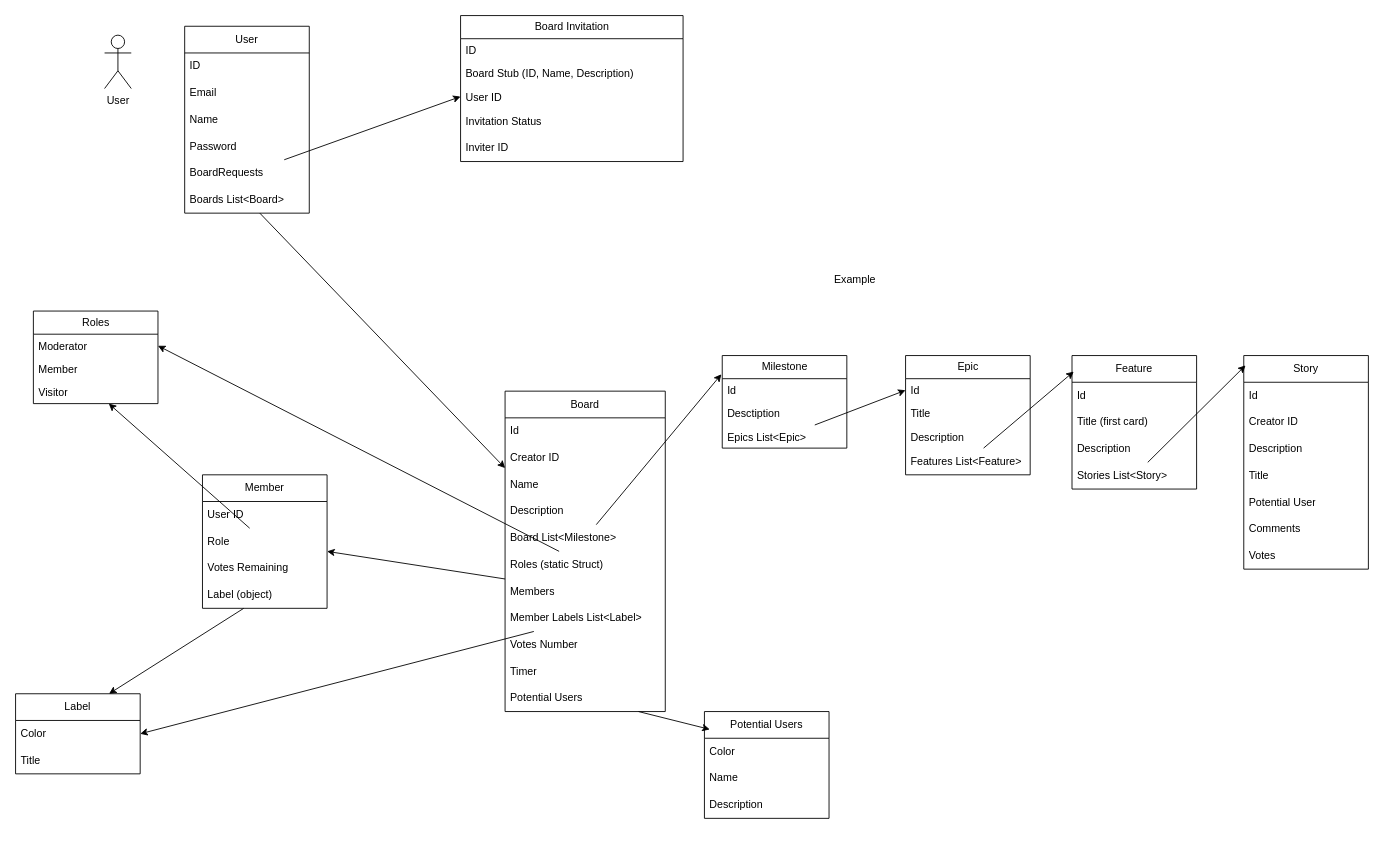
This is Data.drawio from KarolDuszak/UserStoryMapper, a draw.io file, before an edit. Source tidied: cells renumbered, new cells numbered last; positions are measured from the earlier drawing's top-left corner, leaving out a move shared by most shapes. Both pictures are drawn from the tidied source at 89%, with x=0, y=0 at pixel (15, 15).
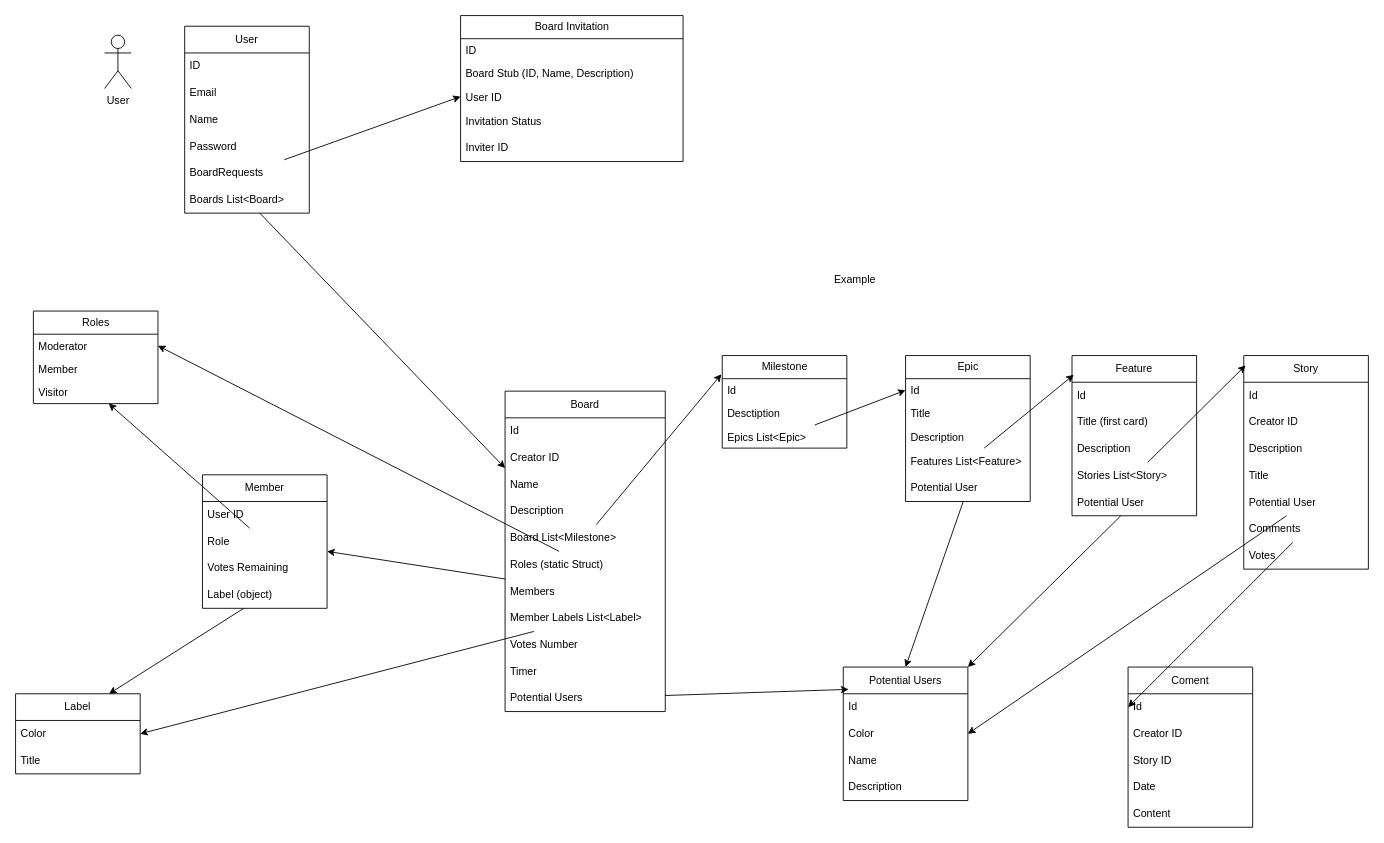
The same diagram, later.

The change refers to these unchanged cells:
```xml
<mxCell id="30" value="Potential User" style="text;strokeColor=none;fillColor=none;align=left;verticalAlign=middle;spacingLeft=4;spacingRight=4;overflow=hidden;points=[[0,0.5],[1,0.5]];portConstraint=eastwest;whiteSpace=wrap;html=1;" parent="25" vertex="1">
  <mxGeometry y="150" width="140" height="30" as="geometry" />
</mxCell>
<mxCell id="31" value="Comments" style="text;strokeColor=none;fillColor=none;align=left;verticalAlign=middle;spacingLeft=4;spacingRight=4;overflow=hidden;points=[[0,0.5],[1,0.5]];portConstraint=eastwest;whiteSpace=wrap;html=1;" parent="25" vertex="1">
  <mxGeometry y="180" width="140" height="30" as="geometry" />
</mxCell>
```

Change to the diagram source:
```diff
@@
     <mxCell id="20" value="Epic" style="swimlane;fontStyle=0;horizontal=1;startSize=26;fillColor=none;html=1;" parent="1" vertex="1">
-      <mxGeometry x="1000" y="382" width="140" height="134" as="geometry" />
+      <mxGeometry x="1000" y="382" width="140" height="164" as="geometry" />
     </mxCell>
@@
+    <mxCell id="79" value="Potential User" style="text;strokeColor=none;fillColor=none;align=left;verticalAlign=middle;spacingLeft=4;spacingRight=4;overflow=hidden;points=[[0,0.5],[1,0.5]];portConstraint=eastwest;whiteSpace=wrap;html=1;" parent="20" vertex="1">
+      <mxGeometry y="134" width="140" height="30" as="geometry" />
+    </mxCell>
@@
     <mxCell id="33" value="Feature" style="swimlane;fontStyle=0;horizontal=1;startSize=30;whiteSpace=wrap;html=1;" parent="1" vertex="1">
-      <mxGeometry x="1187" y="382" width="140" height="150" as="geometry" />
+      <mxGeometry x="1187" y="382" width="140" height="180" as="geometry" />
     </mxCell>
@@
+    <mxCell id="80" value="Potential User" style="text;strokeColor=none;fillColor=none;align=left;verticalAlign=middle;spacingLeft=4;spacingRight=4;overflow=hidden;points=[[0,0.5],[1,0.5]];portConstraint=eastwest;whiteSpace=wrap;html=1;" parent="33" vertex="1">
+      <mxGeometry y="150" width="140" height="30" as="geometry" />
+    </mxCell>
@@
     <mxCell id="50" value="Potential Users" style="swimlane;fontStyle=0;horizontal=1;startSize=30;whiteSpace=wrap;html=1;" parent="1" vertex="1">
-      <mxGeometry x="774" y="782" width="140" height="120" as="geometry" />
+      <mxGeometry x="930" y="732" width="140" height="150" as="geometry" />
     </mxCell>
+    <mxCell id="81" value="Id" style="text;strokeColor=none;fillColor=none;align=left;verticalAlign=middle;spacingLeft=4;spacingRight=4;overflow=hidden;whiteSpace=wrap;html=1;" parent="50" vertex="1">
+      <mxGeometry y="30" width="140" height="30" as="geometry" />
+    </mxCell>
     <mxCell id="51" value="Color" style="text;strokeColor=none;fillColor=none;align=left;verticalAlign=middle;spacingLeft=4;spacingRight=4;overflow=hidden;points=[[0,0.5],[1,0.5]];portConstraint=eastwest;whiteSpace=wrap;html=1;" parent="50" vertex="1">
-      <mxGeometry y="30" width="140" height="30" as="geometry" />
+      <mxGeometry y="60" width="140" height="30" as="geometry" />
     </mxCell>
     <mxCell id="52" value="Name" style="text;strokeColor=none;fillColor=none;align=left;verticalAlign=middle;spacingLeft=4;spacingRight=4;overflow=hidden;whiteSpace=wrap;html=1;" parent="50" vertex="1">
-      <mxGeometry y="60" width="140" height="30" as="geometry" />
+      <mxGeometry y="90" width="140" height="30" as="geometry" />
     </mxCell>
     <mxCell id="53" value="Description" style="text;strokeColor=none;fillColor=none;align=left;verticalAlign=middle;spacingLeft=4;spacingRight=4;overflow=hidden;whiteSpace=wrap;html=1;" parent="50" vertex="1">
-      <mxGeometry y="90" width="140" height="30" as="geometry" />
+      <mxGeometry y="120" width="140" height="30" as="geometry" />
     </mxCell>
@@
+    <mxCell id="82" style="edgeStyle=none;html=1;entryX=1;entryY=0.5;entryDx=0;entryDy=0;" parent="1" edge="1" source="30" target="51">
+      <mxGeometry relative="1" as="geometry" />
+    </mxCell>
+    <mxCell id="83" style="edgeStyle=none;html=1;entryX=1;entryY=0;entryDx=0;entryDy=0;" parent="1" edge="1" source="80" target="50">
+      <mxGeometry relative="1" as="geometry" />
+    </mxCell>
+    <mxCell id="84" style="edgeStyle=none;html=1;entryX=0.5;entryY=0;entryDx=0;entryDy=0;" parent="1" edge="1" source="79" target="50">
+      <mxGeometry relative="1" as="geometry" />
+    </mxCell>
+    <mxCell id="85" value="Coment" style="swimlane;fontStyle=0;horizontal=1;startSize=30;whiteSpace=wrap;html=1;" parent="1" vertex="1">
+      <mxGeometry x="1250" y="732" width="140" height="180" as="geometry" />
+    </mxCell>
+    <mxCell id="86" value="Id" style="text;strokeColor=none;fillColor=none;align=left;verticalAlign=middle;spacingLeft=4;spacingRight=4;overflow=hidden;points=[[0,0.5],[1,0.5]];portConstraint=eastwest;whiteSpace=wrap;html=1;" parent="85" vertex="1">
+      <mxGeometry y="30" width="140" height="30" as="geometry" />
+    </mxCell>
+    <mxCell id="87" value="Creator ID" style="text;strokeColor=none;fillColor=none;align=left;verticalAlign=middle;spacingLeft=4;spacingRight=4;overflow=hidden;whiteSpace=wrap;html=1;" parent="85" vertex="1">
+      <mxGeometry y="60" width="140" height="30" as="geometry" />
+    </mxCell>
+    <mxCell id="88" value="Story ID" style="text;strokeColor=none;fillColor=none;align=left;verticalAlign=middle;spacingLeft=4;spacingRight=4;overflow=hidden;whiteSpace=wrap;html=1;" parent="85" vertex="1">
+      <mxGeometry y="90" width="140" height="30" as="geometry" />
+    </mxCell>
+    <mxCell id="89" value="Date" style="text;strokeColor=none;fillColor=none;align=left;verticalAlign=middle;spacingLeft=4;spacingRight=4;overflow=hidden;whiteSpace=wrap;html=1;" parent="85" vertex="1">
+      <mxGeometry y="120" width="140" height="30" as="geometry" />
+    </mxCell>
+    <mxCell id="90" value="Content" style="text;strokeColor=none;fillColor=none;align=left;verticalAlign=middle;spacingLeft=4;spacingRight=4;overflow=hidden;whiteSpace=wrap;html=1;" parent="85" vertex="1">
+      <mxGeometry y="150" width="140" height="30" as="geometry" />
+    </mxCell>
+    <mxCell id="91" style="edgeStyle=none;html=1;entryX=0;entryY=0.5;entryDx=0;entryDy=0;" parent="1" edge="1" source="31" target="86">
+      <mxGeometry relative="1" as="geometry" />
+    </mxCell>
```
